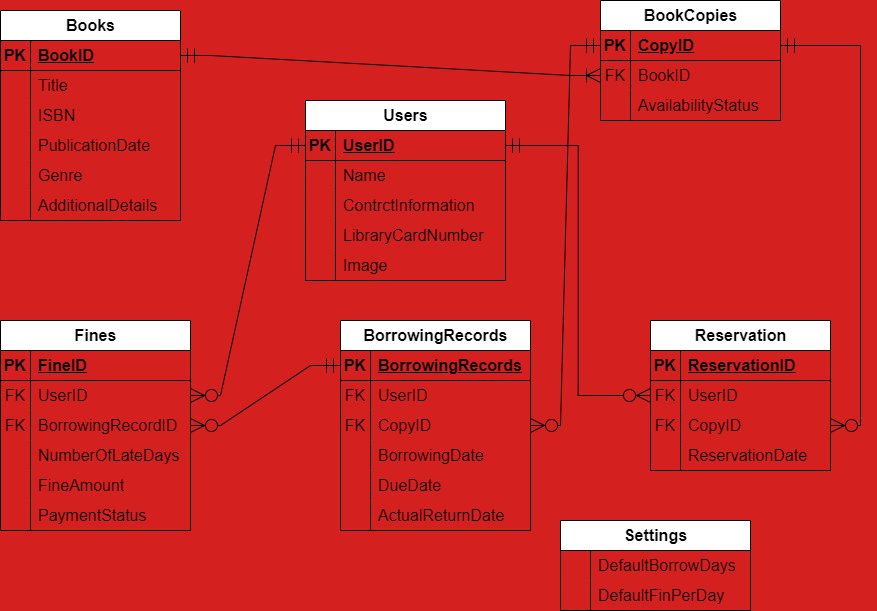
Above: Library Relational Schema.png in amineElgaini/LibraryApp (draw.io), before the change. Source tidied: cells renumbered, new cells last; positions are measured from the earlier drawing's top-left corner, leaving out a move shared by most shapes.
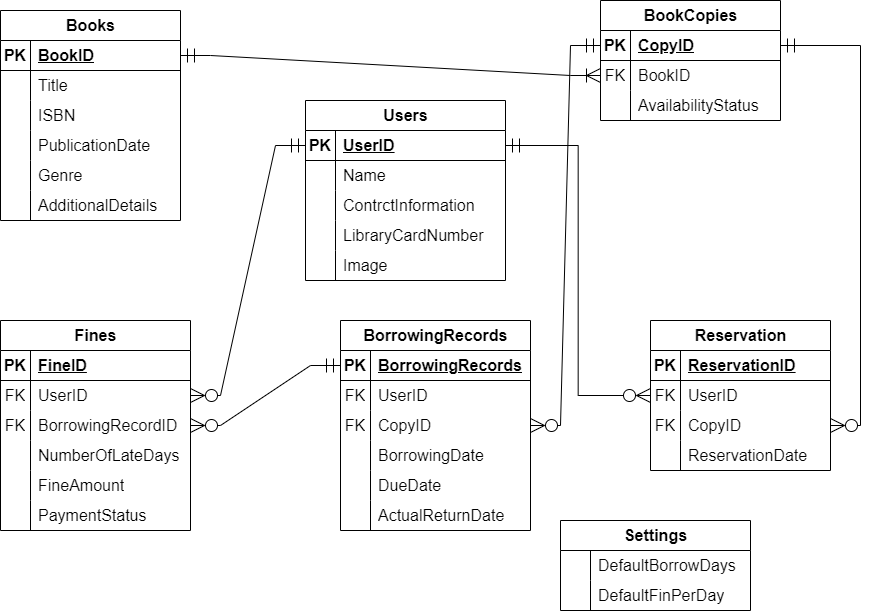
After the commit.

Diff of the diagram source:
```diff
@@ -1,4 +1,4 @@
-<mxGraphModel background="#d52020">
+<mxGraphModel background="#ffffff">
   <root>
     <mxCell id="0" />
     <mxCell id="1" parent="0" />
@@ -279,7 +279,7 @@
         </Array>
       </mxGeometry>
     </mxCell>
-    <mxCell id="93" value="Reservation" style="shape=table;startSize=30;rowLines=0;fontStyle=1;align=center;html=1;fontSize=16;fillColor=default;" parent="1" vertex="1">
+    <mxCell id="93" value="Reservation" style="shape=table;startSize=30;rowLines=0;fontStyle=1;align=center;html=1;fontSize=16;fillColor=none;" parent="1" vertex="1">
       <mxGeometry x="650" y="320" width="180" height="150" as="geometry" />
     </mxCell>
     <mxCell id="94" style="shape=tableRow;horizontal=0;startSize=0;swimlaneHead=0;swimlaneBody=0;fillColor=none;top=0;left=0;right=0;bottom=1;fontSize=16;" parent="93" vertex="1">
```
